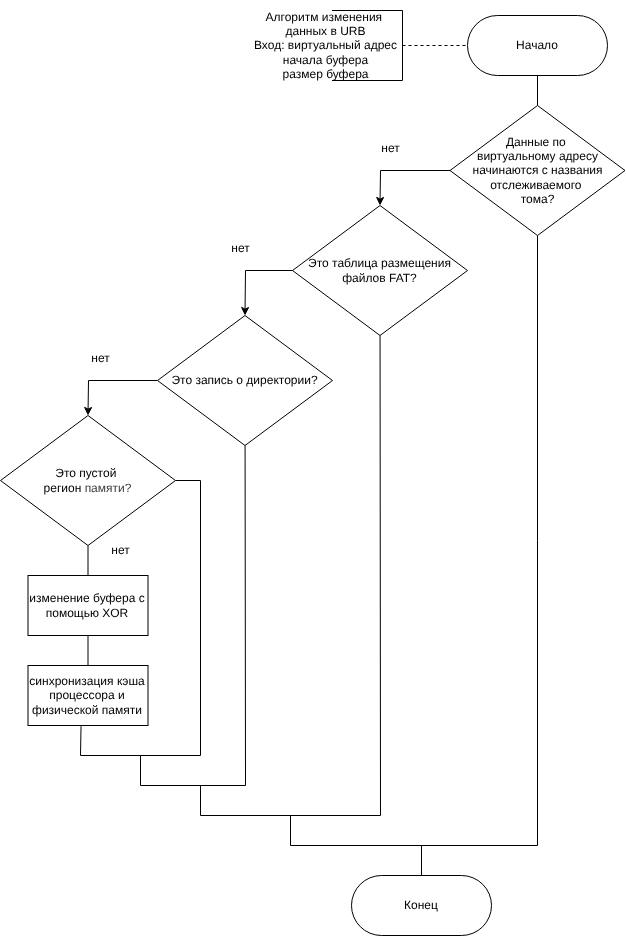
Earlier version of the draw.io export report/inc/img/changedata.drawio.png (pitsmit/OS-Course-Project). Source tidied: cells renumbered, new cells last; positions are measured from the earlier drawing's top-left corner, leaving out a move shared by most shapes.
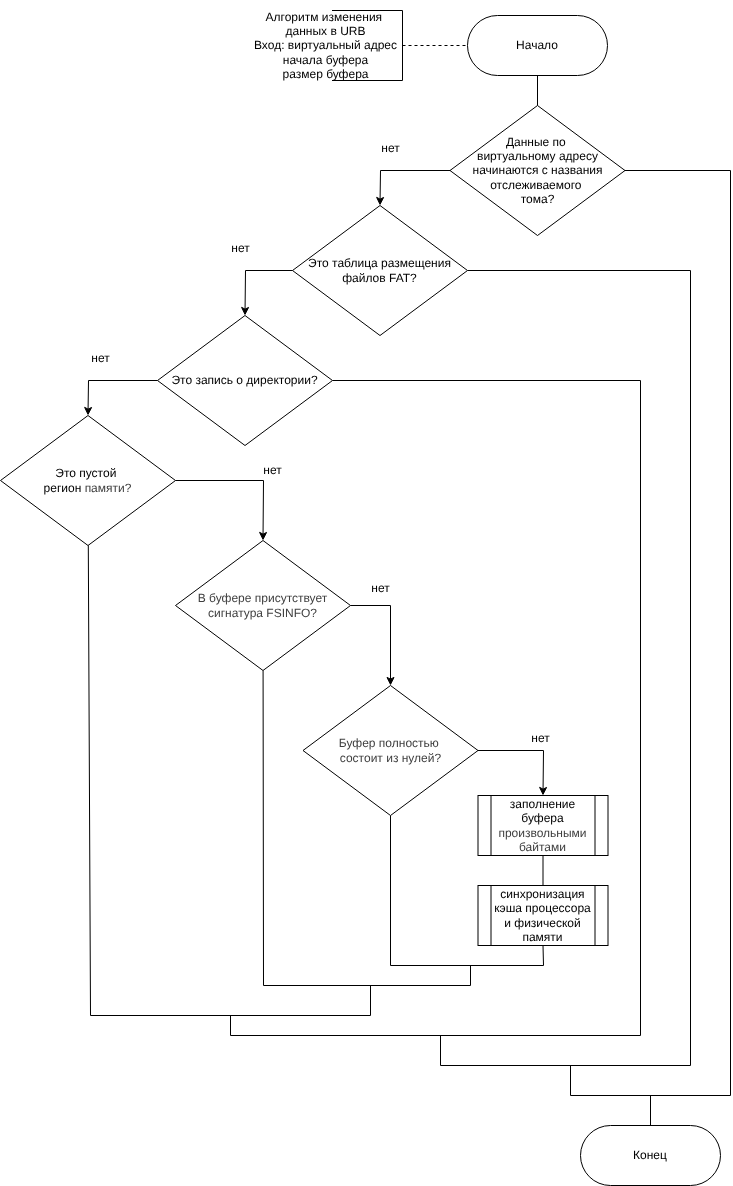
Above is the later version.

What changed in the source:
```diff
@@ -2,66 +2,57 @@
   <root>
     <mxCell id="0" />
     <mxCell id="1" parent="0" />
-    <mxCell id="2" style="edgeStyle=none;html=1;rounded=0;curved=0;endArrow=none;endFill=0;" parent="1" edge="1" source="3">
-      <mxGeometry relative="1" as="geometry">
-        <mxPoint x="290" y="815" as="targetPoint" />
-        <Array as="points">
-          <mxPoint x="537" y="845" />
-          <mxPoint x="290" y="845" />
-        </Array>
-      </mxGeometry>
-    </mxCell>
+    <mxCell id="28" style="edgeStyle=none;html=1;rounded=0;curved=0;endArrow=none;endFill=0;" parent="1" edge="1" source="3">
+      <mxGeometry relative="1" as="geometry">
+        <mxPoint x="570" y="1065" as="targetPoint" />
+        <Array as="points">
+          <mxPoint x="730" y="170" />
+          <mxPoint x="730" y="1095" />
+          <mxPoint x="570" y="1095" />
+        </Array>
+      </mxGeometry>
+    </mxCell>
     <mxCell id="3" value="Данные по&amp;nbsp;&lt;div&gt;виртуальному адресу начинаются с названия отслеживаемого&amp;nbsp;&lt;/div&gt;&lt;div&gt;тома?&lt;/div&gt;" style="rhombus;whiteSpace=wrap;html=1;" parent="1" vertex="1">
       <mxGeometry x="449.5" y="105" width="175" height="130" as="geometry" />
     </mxCell>
-    <mxCell id="4" style="edgeStyle=none;html=1;endArrow=none;endFill=0;rounded=0;curved=0;" parent="1" edge="1" source="5">
-      <mxGeometry relative="1" as="geometry">
-        <mxPoint x="200" y="785" as="targetPoint" />
-        <Array as="points">
-          <mxPoint x="380" y="815" />
-          <mxPoint x="200" y="815" />
-        </Array>
-      </mxGeometry>
-    </mxCell>
+    <mxCell id="29" style="edgeStyle=none;html=1;rounded=0;curved=0;endArrow=none;endFill=0;" parent="1" edge="1" source="5">
+      <mxGeometry relative="1" as="geometry">
+        <mxPoint x="440" y="1035" as="targetPoint" />
+        <Array as="points">
+          <mxPoint x="690" y="270" />
+          <mxPoint x="690" y="1065" />
+          <mxPoint x="440" y="1065" />
+        </Array>
+      </mxGeometry>
+    </mxCell>
     <mxCell id="5" value="Это таблица размещения файлов FAT?" style="rhombus;whiteSpace=wrap;html=1;" parent="1" vertex="1">
       <mxGeometry x="292" y="205" width="175" height="130" as="geometry" />
     </mxCell>
-    <mxCell id="6" style="edgeStyle=none;html=1;rounded=0;curved=0;endArrow=none;endFill=0;" parent="1" edge="1" source="7">
-      <mxGeometry relative="1" as="geometry">
-        <mxPoint x="140" y="755" as="targetPoint" />
-        <Array as="points">
-          <mxPoint x="245" y="785" />
-          <mxPoint x="140" y="785" />
-        </Array>
-      </mxGeometry>
-    </mxCell>
+    <mxCell id="30" style="edgeStyle=none;html=1;rounded=0;curved=0;endArrow=none;endFill=0;" parent="1" edge="1" source="7">
+      <mxGeometry relative="1" as="geometry">
+        <mxPoint x="230" y="1015" as="targetPoint" />
+        <Array as="points">
+          <mxPoint x="640" y="380" />
+          <mxPoint x="640" y="1035" />
+          <mxPoint x="230" y="1035" />
+        </Array>
+      </mxGeometry>
+    </mxCell>
     <mxCell id="7" value="Это запись о директории?" style="rhombus;whiteSpace=wrap;html=1;" parent="1" vertex="1">
       <mxGeometry x="157" y="315" width="175" height="130" as="geometry" />
     </mxCell>
-    <mxCell id="8" style="edgeStyle=none;html=1;endArrow=none;endFill=0;" parent="1" edge="1" source="10" target="12">
-      <mxGeometry relative="1" as="geometry" />
-    </mxCell>
-    <mxCell id="9" style="edgeStyle=none;html=1;exitX=1;exitY=0.5;exitDx=0;exitDy=0;entryX=0.442;entryY=1.012;entryDx=0;entryDy=0;entryPerimeter=0;rounded=0;curved=0;endArrow=none;endFill=0;" parent="1" edge="1" source="10" target="13">
-      <mxGeometry relative="1" as="geometry">
-        <Array as="points">
-          <mxPoint x="200" y="480" />
-          <mxPoint x="200" y="755" />
-          <mxPoint x="80" y="755" />
-        </Array>
-      </mxGeometry>
-    </mxCell>
+    <mxCell id="31" style="edgeStyle=none;html=1;rounded=0;curved=0;endArrow=none;endFill=0;" parent="1" edge="1" source="10">
+      <mxGeometry relative="1" as="geometry">
+        <mxPoint x="370" y="985" as="targetPoint" />
+        <Array as="points">
+          <mxPoint x="90" y="1015" />
+          <mxPoint x="370" y="1015" />
+        </Array>
+      </mxGeometry>
+    </mxCell>
     <mxCell id="10" value="Это пустой&amp;nbsp;&lt;div&gt;регион&amp;nbsp;&lt;span style=&quot;color: rgb(63, 63, 63); background-color: transparent;&quot;&gt;памяти?&lt;/span&gt;&lt;/div&gt;" style="rhombus;whiteSpace=wrap;html=1;" parent="1" vertex="1">
       <mxGeometry y="415" width="175" height="130" as="geometry" />
     </mxCell>
-    <mxCell id="11" style="edgeStyle=none;html=1;endArrow=none;endFill=0;" parent="1" edge="1" source="12" target="13">
-      <mxGeometry relative="1" as="geometry" />
-    </mxCell>
-    <mxCell id="12" value="изменение буфера с помощью XOR" style="rounded=0;whiteSpace=wrap;html=1;" parent="1" vertex="1">
-      <mxGeometry x="27.5" y="575" width="120" height="60" as="geometry" />
-    </mxCell>
-    <mxCell id="13" value="синхронизация кэша процессора и физической памяти" style="rounded=0;whiteSpace=wrap;html=1;" parent="1" vertex="1">
-      <mxGeometry x="27.5" y="665" width="120" height="60" as="geometry" />
-    </mxCell>
     <mxCell id="14" style="endArrow=classic;html=1;exitX=0;exitY=0.5;exitDx=0;exitDy=0;entryX=0.5;entryY=0;entryDx=0;entryDy=0;rounded=0;curved=0;" parent="1" edge="1" source="3" target="5">
       <mxGeometry relative="1" as="geometry">
         <Array as="points">
@@ -91,11 +82,11 @@
     </mxCell>
     <mxCell id="19" style="edgeStyle=none;html=1;endArrow=none;endFill=0;" parent="1" edge="1" source="20">
       <mxGeometry relative="1" as="geometry">
-        <mxPoint x="421" y="845" as="targetPoint" />
+        <mxPoint x="650" y="1095" as="targetPoint" />
       </mxGeometry>
     </mxCell>
     <mxCell id="20" value="Конец" style="rounded=1;whiteSpace=wrap;html=1;arcSize=50;" parent="1" vertex="1">
-      <mxGeometry x="351" y="875" width="140" height="60" as="geometry" />
+      <mxGeometry x="580" y="1125" width="140" height="60" as="geometry" />
     </mxCell>
     <mxCell id="21" value="нет" style="text;html=1;align=center;verticalAlign=middle;strokeColor=none;fillColor=none;" parent="1" vertex="1">
       <mxGeometry x="370" y="133" width="40" height="30" as="geometry" />
@@ -107,7 +98,7 @@
       <mxGeometry x="80" y="343" width="40" height="30" as="geometry" />
     </mxCell>
     <mxCell id="24" value="нет" style="text;html=1;align=center;verticalAlign=middle;strokeColor=none;fillColor=none;" parent="1" vertex="1">
-      <mxGeometry x="100" y="535" width="40" height="30" as="geometry" />
+      <mxGeometry x="252" y="455" width="40" height="30" as="geometry" />
     </mxCell>
     <mxCell id="25" style="edgeStyle=none;html=1;entryX=0;entryY=0.5;entryDx=0;entryDy=0;endArrow=none;endFill=0;dashed=1;" parent="1" edge="1" source="26" target="18">
       <mxGeometry relative="1" as="geometry" />
@@ -118,5 +109,64 @@
     <mxCell id="27" value="Алгоритм изменения&amp;nbsp;&lt;div&gt;данных в URB&lt;div&gt;&lt;div&gt;Вход: виртуальный адрес&lt;/div&gt;&lt;/div&gt;&lt;/div&gt;&lt;div&gt;начала буфера&lt;/div&gt;&lt;div&gt;размер буфера&lt;/div&gt;" style="text;html=1;align=center;verticalAlign=middle;strokeColor=none;fillColor=none;" parent="1" vertex="1">
       <mxGeometry x="240" width="170" height="90" as="geometry" />
     </mxCell>
+    <mxCell id="32" style="edgeStyle=none;html=1;entryX=0.5;entryY=0;entryDx=0;entryDy=0;endArrow=none;endFill=0;" parent="1" edge="1" source="33" target="13">
+      <mxGeometry relative="1" as="geometry" />
+    </mxCell>
+    <mxCell id="33" value="&lt;span style=&quot;color: rgb(0, 0, 0);&quot;&gt;заполнение буфера&lt;/span&gt;&lt;div style=&quot;color: rgb(63, 63, 63); scrollbar-color: rgb(226, 226, 226) rgb(251, 251, 251);&quot;&gt;произвольными байтами&lt;/div&gt;" style="shape=process;whiteSpace=wrap;html=1;backgroundOutline=1;" parent="1" vertex="1">
+      <mxGeometry x="477.5" y="795" width="130" height="60" as="geometry" />
+    </mxCell>
+    <mxCell id="13" value="&lt;span style=&quot;color: rgb(0, 0, 0);&quot;&gt;синхронизация кэша процессора и физической памяти&lt;/span&gt;" style="shape=process;whiteSpace=wrap;html=1;backgroundOutline=1;" parent="1" vertex="1">
+      <mxGeometry x="477.5" y="885" width="130" height="60" as="geometry" />
+    </mxCell>
+    <mxCell id="34" style="edgeStyle=none;html=1;rounded=0;curved=0;endArrow=none;endFill=0;" parent="1" edge="1" source="35">
+      <mxGeometry relative="1" as="geometry">
+        <mxPoint x="470" y="965" as="targetPoint" />
+        <Array as="points">
+          <mxPoint x="263" y="985" />
+          <mxPoint x="470" y="985" />
+        </Array>
+      </mxGeometry>
+    </mxCell>
+    <mxCell id="35" value="&lt;div&gt;&lt;span style=&quot;color: rgb(63, 63, 63); background-color: transparent;&quot;&gt;В буфере присутствует сигнатура FSINFO?&lt;/span&gt;&lt;/div&gt;" style="rhombus;whiteSpace=wrap;html=1;" parent="1" vertex="1">
+      <mxGeometry x="175" y="540" width="175" height="130" as="geometry" />
+    </mxCell>
+    <mxCell id="36" style="edgeStyle=none;html=1;entryX=0.5;entryY=0;entryDx=0;entryDy=0;rounded=0;curved=0;" parent="1" edge="1" source="38" target="33">
+      <mxGeometry relative="1" as="geometry">
+        <Array as="points">
+          <mxPoint x="543" y="750" />
+        </Array>
+      </mxGeometry>
+    </mxCell>
+    <mxCell id="37" style="edgeStyle=none;html=1;entryX=0.5;entryY=1;entryDx=0;entryDy=0;rounded=0;curved=0;endArrow=none;endFill=0;" parent="1" edge="1" source="38" target="13">
+      <mxGeometry relative="1" as="geometry">
+        <Array as="points">
+          <mxPoint x="390" y="965" />
+          <mxPoint x="543" y="965" />
+        </Array>
+      </mxGeometry>
+    </mxCell>
+    <mxCell id="38" value="&lt;div&gt;&lt;span style=&quot;color: rgb(63, 63, 63); background-color: transparent;&quot;&gt;Буфер полностью&amp;nbsp;&lt;/span&gt;&lt;/div&gt;&lt;div&gt;&lt;span style=&quot;color: rgb(63, 63, 63); background-color: transparent;&quot;&gt;состоит из нулей?&lt;/span&gt;&lt;/div&gt;" style="rhombus;whiteSpace=wrap;html=1;" parent="1" vertex="1">
+      <mxGeometry x="302.5" y="685" width="175" height="130" as="geometry" />
+    </mxCell>
+    <mxCell id="39" style="endArrow=classic;html=1;exitX=1;exitY=0.5;exitDx=0;exitDy=0;entryX=0.5;entryY=0;entryDx=0;entryDy=0;rounded=0;curved=0;" parent="1" edge="1" source="10" target="35">
+      <mxGeometry relative="1" as="geometry">
+        <Array as="points">
+          <mxPoint x="263" y="480" />
+        </Array>
+      </mxGeometry>
+    </mxCell>
+    <mxCell id="40" style="endArrow=classic;html=1;exitX=1;exitY=0.5;exitDx=0;exitDy=0;entryX=0.5;entryY=0;entryDx=0;entryDy=0;rounded=0;curved=0;" parent="1" edge="1" source="35" target="38">
+      <mxGeometry relative="1" as="geometry">
+        <Array as="points">
+          <mxPoint x="390" y="605" />
+        </Array>
+      </mxGeometry>
+    </mxCell>
+    <mxCell id="41" value="нет" style="text;html=1;align=center;verticalAlign=middle;strokeColor=none;fillColor=none;" parent="1" vertex="1">
+      <mxGeometry x="360" y="573" width="40" height="30" as="geometry" />
+    </mxCell>
+    <mxCell id="42" value="нет" style="text;html=1;align=center;verticalAlign=middle;strokeColor=none;fillColor=none;" parent="1" vertex="1">
+      <mxGeometry x="520" y="723" width="40" height="30" as="geometry" />
+    </mxCell>
   </root>
 </mxGraphModel>
```
